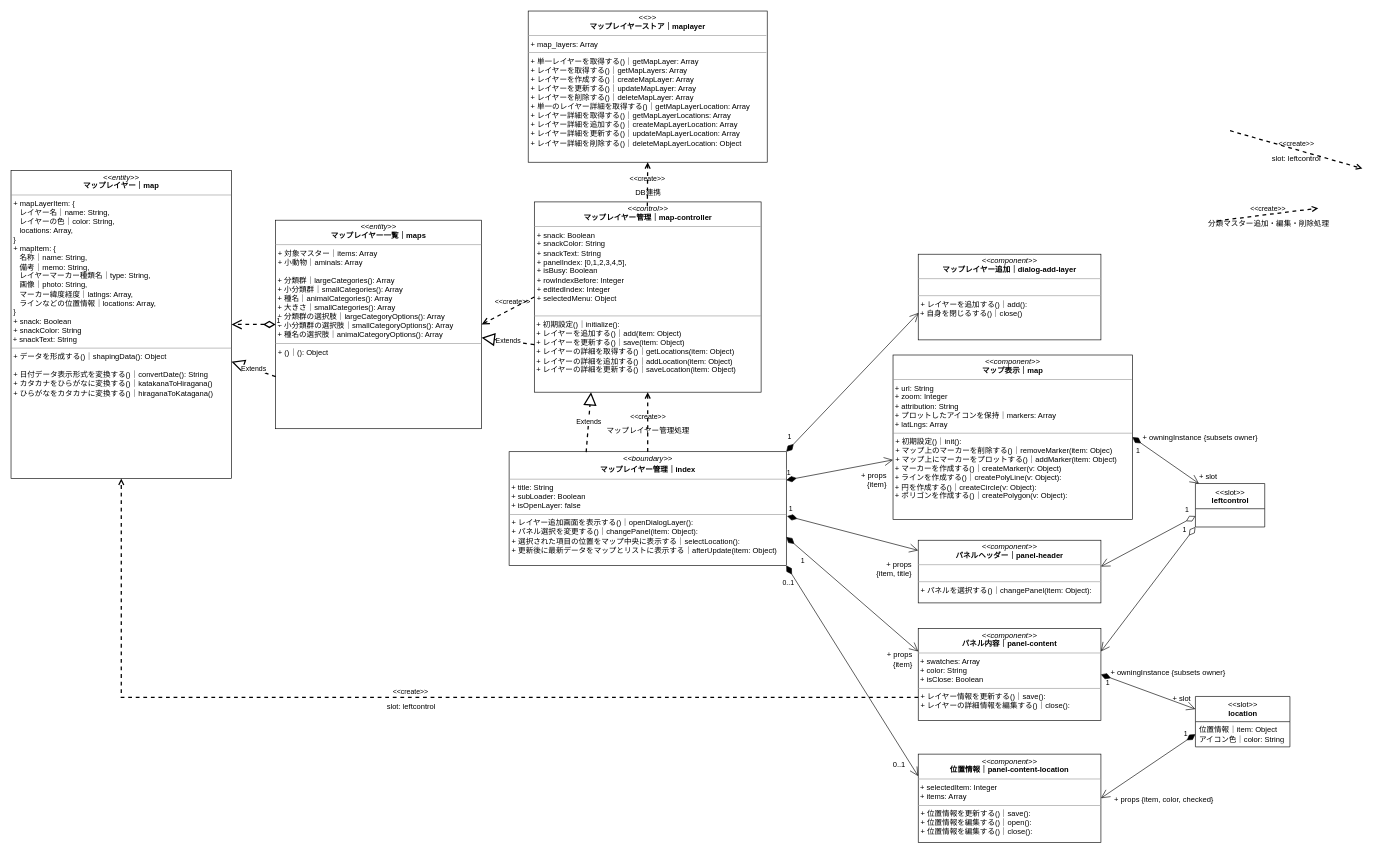
Above: iriomote-anymaps.drawio in kaoru387/draw.io (draw.io), before the change. Source tidied: cells renumbered, new cells numbered last; positions are measured from the earlier drawing's top-left corner, leaving out a move shared by most shapes. Both pictures are drawn from the tidied source at 63%, with x=0, y=0 at pixel (11, 11).
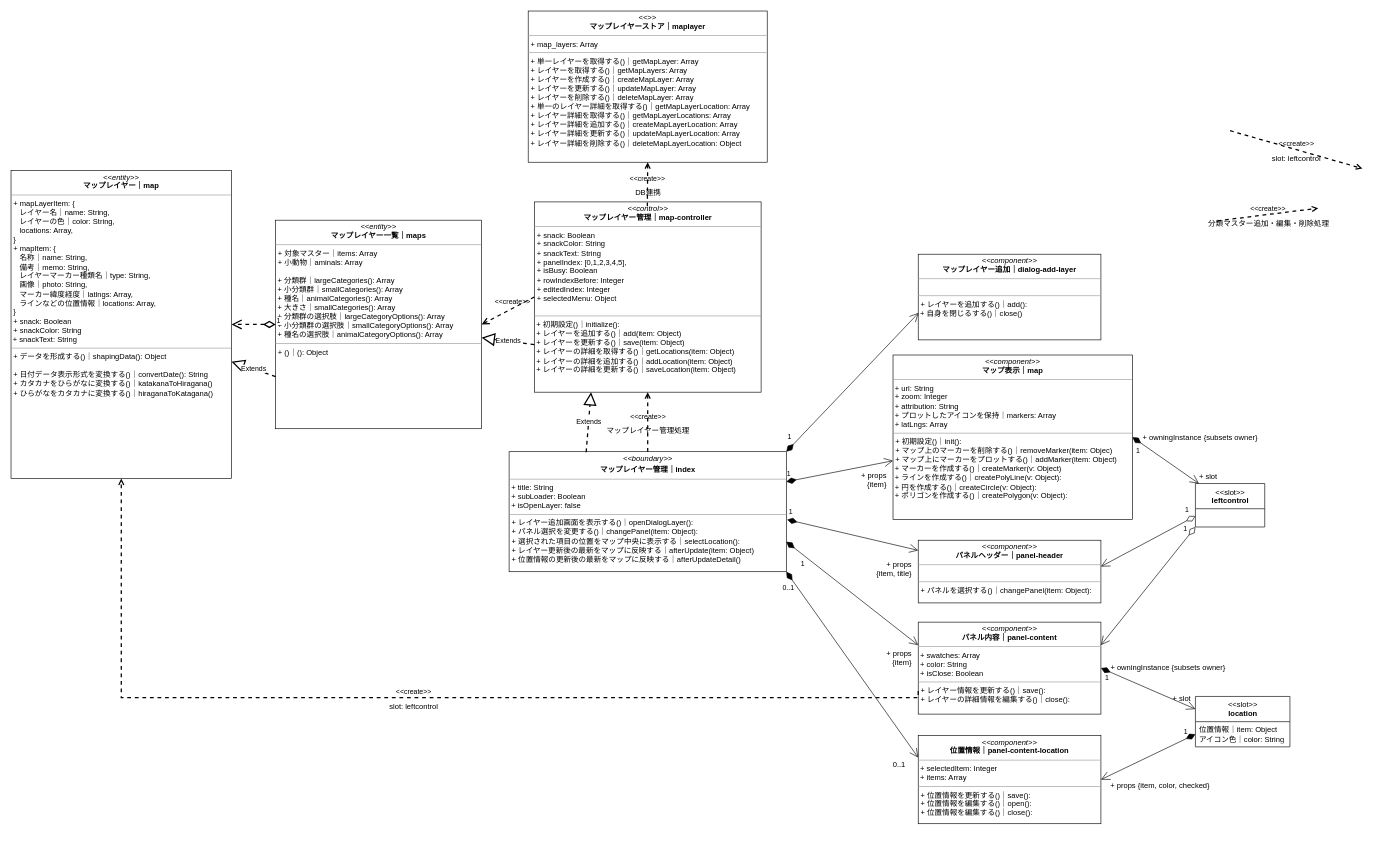
The same page after the edit.

Commit message:
iriomote-anymaps.drawio を更新します

Change to the diagram source:
```diff
@@
-    <mxCell id="7" value="&lt;p style=&quot;margin:0px;margin-top:4px;text-align:center;&quot;&gt;&lt;i&gt;&amp;lt;&amp;lt;boundary&amp;gt;&amp;gt;&lt;/i&gt;&lt;b&gt;&lt;br&gt;&lt;/b&gt;&lt;/p&gt;&lt;p style=&quot;margin:0px;margin-top:4px;text-align:center;&quot;&gt;&lt;b&gt;マップレイヤー管理｜index&lt;/b&gt;&lt;/p&gt;&lt;hr size=&quot;1&quot;&gt;&lt;div&gt;&amp;nbsp;+ title: String&lt;/div&gt;&lt;div&gt;&lt;span style=&quot;background-color: initial;&quot;&gt;&amp;nbsp;+ subLoader: Boolean&lt;/span&gt;&lt;/div&gt;&lt;div&gt;&lt;span style=&quot;background-color: initial;&quot;&gt;&amp;nbsp;+ isOpenLayer: false&lt;/span&gt;&lt;/div&gt;&lt;hr size=&quot;1&quot;&gt;&lt;p style=&quot;margin:0px;margin-left:4px;&quot;&gt;+ レイヤー追加画面を表示する()｜openDialogLayer():&amp;nbsp;&lt;span style=&quot;background-color: initial;&quot;&gt;&lt;br&gt;&lt;/span&gt;&lt;/p&gt;&lt;p style=&quot;margin:0px;margin-left:4px;&quot;&gt;+ パネル選択を変更する()｜changePanel(item: Object):&amp;nbsp;&lt;br&gt;&lt;/p&gt;&lt;p style=&quot;margin:0px;margin-left:4px;&quot;&gt;+ 選択された項目の位置をマップ中央に表示する｜selectLocation():&amp;nbsp;&lt;/p&gt;&lt;p style=&quot;margin:0px;margin-left:4px;&quot;&gt;+ 更新後に最新データをマップとリストに表示する｜afterUpdate(item: Object)&lt;/p&gt;&lt;p style=&quot;margin:0px;margin-left:4px;&quot;&gt;&lt;/p&gt;" style="verticalAlign=top;align=left;overflow=fill;fontSize=12;fontFamily=Helvetica;html=1;" parent="1" vertex="1">
-      <mxGeometry x="790.6" y="699.5" width="440" height="180.5" as="geometry" />
+    <mxCell id="7" value="&lt;p style=&quot;margin:0px;margin-top:4px;text-align:center;&quot;&gt;&lt;i&gt;&amp;lt;&amp;lt;boundary&amp;gt;&amp;gt;&lt;/i&gt;&lt;b&gt;&lt;br&gt;&lt;/b&gt;&lt;/p&gt;&lt;p style=&quot;margin:0px;margin-top:4px;text-align:center;&quot;&gt;&lt;b&gt;マップレイヤー管理｜index&lt;/b&gt;&lt;/p&gt;&lt;hr size=&quot;1&quot;&gt;&lt;div&gt;&amp;nbsp;+ title: String&lt;/div&gt;&lt;div&gt;&lt;span style=&quot;background-color: initial;&quot;&gt;&amp;nbsp;+ subLoader: Boolean&lt;/span&gt;&lt;/div&gt;&lt;div&gt;&lt;span style=&quot;background-color: initial;&quot;&gt;&amp;nbsp;+ isOpenLayer: false&lt;/span&gt;&lt;/div&gt;&lt;hr size=&quot;1&quot;&gt;&lt;p style=&quot;margin:0px;margin-left:4px;&quot;&gt;+ レイヤー追加画面を表示する()｜openDialogLayer():&amp;nbsp;&lt;span style=&quot;background-color: initial;&quot;&gt;&lt;br&gt;&lt;/span&gt;&lt;/p&gt;&lt;p style=&quot;margin:0px;margin-left:4px;&quot;&gt;+ パネル選択を変更する()｜changePanel(item: Object):&amp;nbsp;&lt;br&gt;&lt;/p&gt;&lt;p style=&quot;margin:0px;margin-left:4px;&quot;&gt;+ 選択された項目の位置をマップ中央に表示する｜selectLocation():&amp;nbsp;&lt;/p&gt;&lt;p style=&quot;margin:0px;margin-left:4px;&quot;&gt;+ レイヤー更新後の最新をマップに反映する｜afterUpdate(item: Object)&lt;/p&gt;&lt;p style=&quot;margin:0px;margin-left:4px;&quot;&gt;+ 位置情報の更新後の最新をマップに反映する｜afterUpdateDetail()&lt;br&gt;&lt;/p&gt;&lt;p style=&quot;margin:0px;margin-left:4px;&quot;&gt;&lt;/p&gt;" style="verticalAlign=top;align=left;overflow=fill;fontSize=12;fontFamily=Helvetica;html=1;" parent="1" vertex="1">
+      <mxGeometry x="790.6" y="699.5" width="440" height="190.5" as="geometry" />
     </mxCell>
@@
     <mxCell id="17" value="&lt;p style=&quot;margin:0px;margin-top:4px;text-align:center;&quot;&gt;&lt;i&gt;&amp;lt;&amp;lt;component&amp;gt;&amp;gt;&lt;/i&gt;&lt;br&gt;&lt;b&gt;パネル内容｜&lt;/b&gt;&lt;b style=&quot;background-color: initial;&quot;&gt;panel-content&lt;/b&gt;&lt;/p&gt;&lt;hr size=&quot;1&quot;&gt;&lt;div&gt;&lt;span style=&quot;background-color: initial;&quot;&gt;&amp;nbsp;+ swatches: Array&lt;/span&gt;&lt;/div&gt;&amp;nbsp;+ color: String&lt;br&gt;&amp;nbsp;+&amp;nbsp;isClose: Boolean&lt;br&gt;&lt;hr size=&quot;1&quot;&gt;&lt;p style=&quot;margin:0px;margin-left:4px;&quot;&gt;&lt;span style=&quot;background-color: initial;&quot;&gt;+ レイヤー情報を更新する()｜save():&amp;nbsp;&lt;/span&gt;&lt;br&gt;&lt;/p&gt;&lt;p style=&quot;margin:0px;margin-left:4px;&quot;&gt;+ レイヤーの詳細情報を編集する()｜close():&amp;nbsp;&lt;span style=&quot;background-color: initial;&quot;&gt;&lt;br&gt;&lt;/span&gt;&lt;/p&gt;" style="verticalAlign=top;align=left;overflow=fill;fontSize=12;fontFamily=Helvetica;html=1;" parent="1" vertex="1">
-      <mxGeometry x="1440" y="980" width="290" height="146" as="geometry" />
+      <mxGeometry x="1440" y="970" width="290" height="146" as="geometry" />
     </mxCell>
@@
     <mxCell id="25" value="&lt;p style=&quot;margin:0px;margin-top:4px;text-align:center;&quot;&gt;&lt;i&gt;&amp;lt;&amp;lt;&lt;/i&gt;&lt;i&gt;component&lt;/i&gt;&lt;i&gt;&amp;gt;&amp;gt;&lt;/i&gt;&lt;br&gt;&lt;b&gt;位置情報｜&lt;/b&gt;&lt;b style=&quot;background-color: initial;&quot;&gt;panel-content-location&lt;/b&gt;&lt;/p&gt;&lt;hr size=&quot;1&quot;&gt;&lt;div&gt;&lt;span style=&quot;background-color: initial;&quot;&gt;&amp;nbsp;+ selectedItem: Integer&lt;/span&gt;&lt;/div&gt;&lt;div&gt;&lt;/div&gt;&amp;nbsp;+ items: Array&lt;br&gt;&lt;hr size=&quot;1&quot;&gt;&lt;p style=&quot;margin:0px;margin-left:4px;&quot;&gt;&lt;span style=&quot;background-color: initial;&quot;&gt;+&amp;nbsp;&lt;/span&gt;位置&lt;span style=&quot;background-color: initial;&quot;&gt;情報を更新する()｜save():&amp;nbsp;&lt;/span&gt;&lt;br&gt;&lt;/p&gt;&lt;p style=&quot;margin:0px;margin-left:4px;&quot;&gt;+ 位置情報を編集する()｜open():&amp;nbsp;&lt;span style=&quot;background-color: initial;&quot;&gt;&lt;br&gt;&lt;/span&gt;&lt;/p&gt;&lt;p style=&quot;margin:0px;margin-left:4px;&quot;&gt;+ 位置情報を編集する()｜close():&amp;nbsp;&lt;br&gt;&lt;/p&gt;" style="verticalAlign=top;align=left;overflow=fill;fontSize=12;fontFamily=Helvetica;html=1;" parent="1" vertex="1">
-      <mxGeometry x="1440" y="1179.5" width="290" height="140" as="geometry" />
+      <mxGeometry x="1440" y="1150" width="290" height="140" as="geometry" />
     </mxCell>
@@
     <mxCell id="35" value="+ props {item, color, checked}" style="html=1;align=right;verticalAlign=bottom;labelBackgroundColor=none;" parent="1" vertex="1">
-      <mxGeometry x="1760" y="1260" width="150" as="geometry" />
+      <mxGeometry x="1754" y="1238" width="150" as="geometry" />
     </mxCell>
@@
     <mxCell id="44" value="+ owningInstance {subsets owner}" style="html=1;align=right;verticalAlign=bottom;labelBackgroundColor=none;" parent="1" vertex="1">
-      <mxGeometry x="1928" y="1059" as="geometry" />
+      <mxGeometry x="1928" y="1050" as="geometry" />
     </mxCell>
     <mxCell id="45" value="+ props &lt;br&gt;{item}" style="html=1;align=right;verticalAlign=bottom;labelBackgroundColor=none;" parent="1" vertex="1">
-      <mxGeometry x="1431.2" y="1044.5" as="geometry" />
+      <mxGeometry x="1430.2" y="1043" as="geometry" />
     </mxCell>
```
